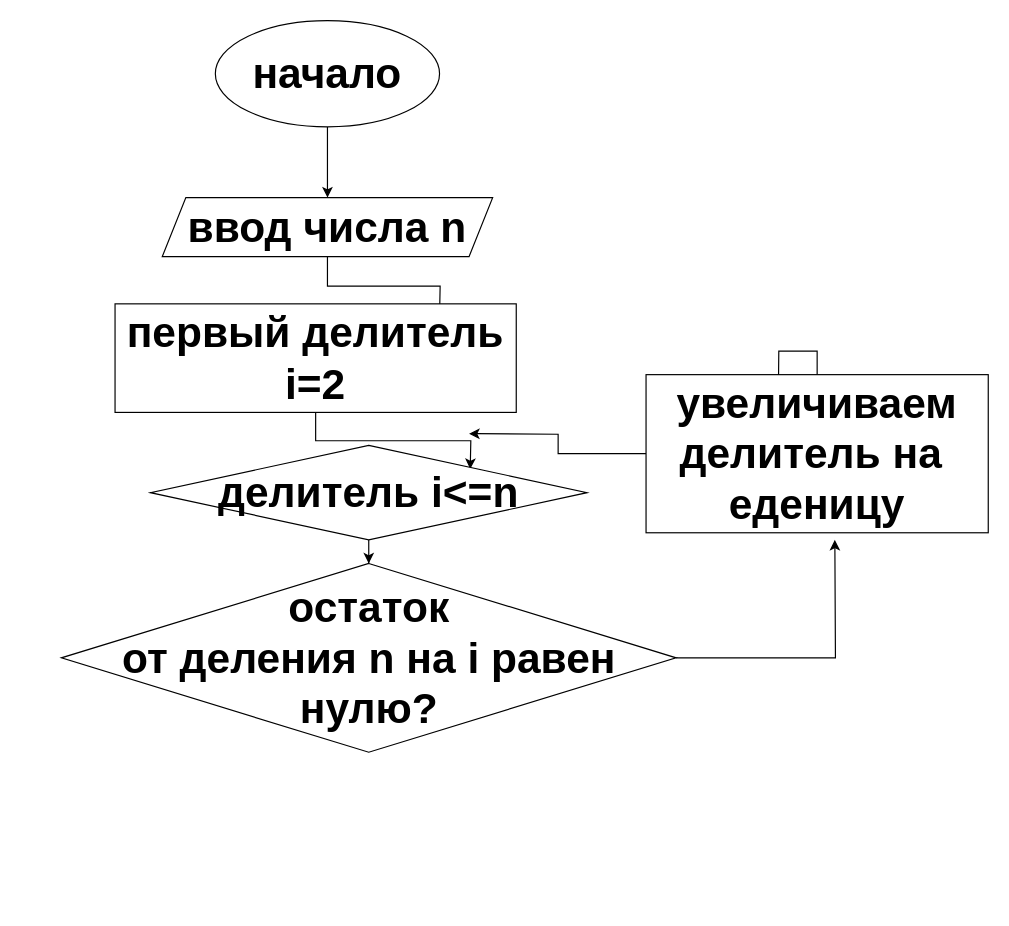
This is Untitled Diagram.drawio from icerazor1989/GbDZ, a draw.io file, before an edit. Source tidied: cells renumbered, new cells numbered last; positions are measured from the earlier drawing's top-left corner, leaving out a move shared by most shapes. Both pictures are drawn from the tidied source at 118%, with x=0, y=0 at pixel (60, 20).
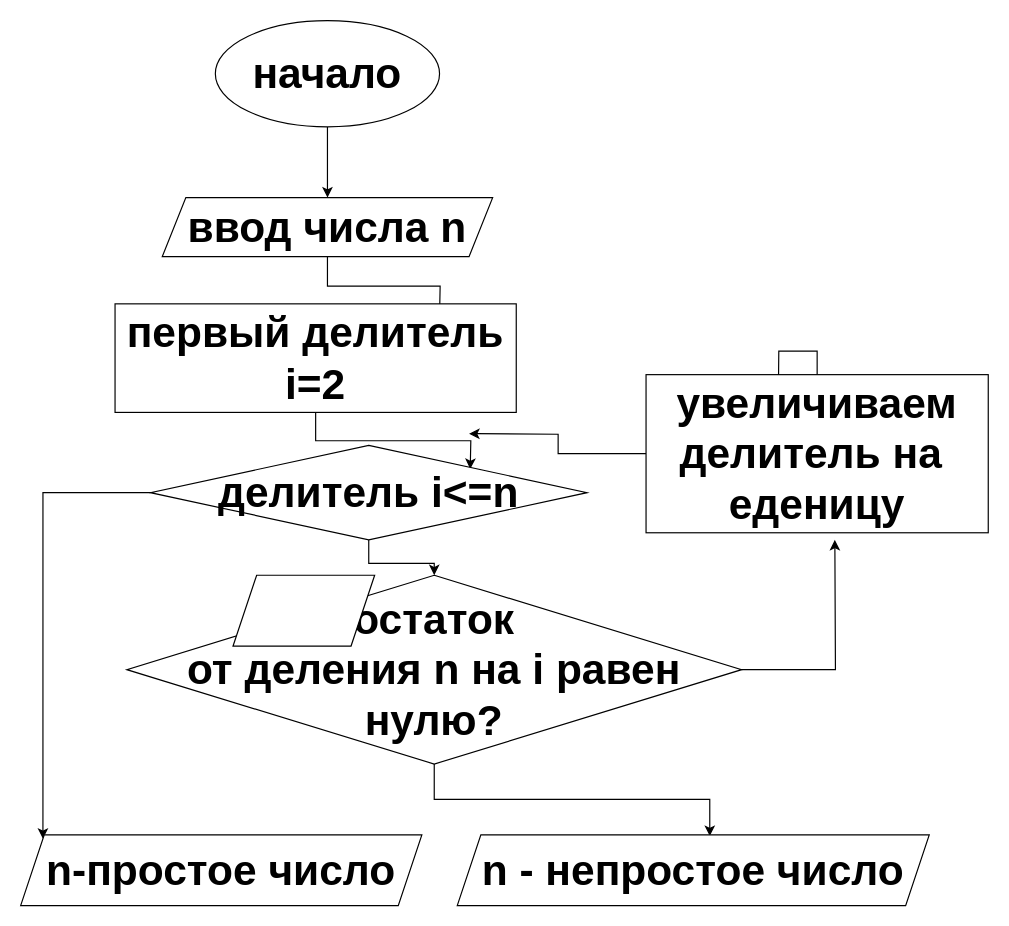
The same diagram, later.

The change refers to these unchanged cells:
```xml
<mxCell id="9" value="&lt;font style=&quot;font-size: 36px&quot;&gt;&lt;b&gt;делитель i&amp;lt;=n&lt;/b&gt;&lt;/font&gt;" style="rhombus;whiteSpace=wrap;html=1;strokeColor=#000000;" parent="1" vertex="1">
  <mxGeometry x="76" y="360" width="370" height="80" as="geometry" />
</mxCell>
```

What changed in the source:
```diff
@@
+    <mxCell id="15" style="edgeStyle=orthogonalEdgeStyle;rounded=0;jettySize=auto;html=1;exitX=0;exitY=0.5;exitDx=0;exitDy=0;entryX=0;entryY=0;entryDx=0;entryDy=0;" parent="1" edge="1" source="9" target="19">
+      <mxGeometry relative="1" as="geometry" />
+    </mxCell>
@@
+    <mxCell id="16" style="edgeStyle=orthogonalEdgeStyle;rounded=0;jettySize=auto;html=1;exitX=0.5;exitY=1;exitDx=0;exitDy=0;entryX=0.535;entryY=0.017;entryDx=0;entryDy=0;entryPerimeter=0;" parent="1" edge="1" source="14" target="17">
+      <mxGeometry relative="1" as="geometry" />
+    </mxCell>
     <mxCell id="14" value="&lt;font style=&quot;font-size: 36px&quot;&gt;&lt;b&gt;остаток &lt;br&gt;от деления n на i равен&lt;br&gt;нулю?&lt;br&gt;&lt;/b&gt;&lt;/font&gt;" style="rhombus;whiteSpace=wrap;html=1;strokeColor=#000000;" parent="1" vertex="1">
-      <mxGeometry x="0.5" y="460" width="521" height="160" as="geometry" />
+      <mxGeometry x="56" y="470" width="521" height="160" as="geometry" />
     </mxCell>
+    <mxCell id="17" value="&lt;font style=&quot;font-size: 36px&quot;&gt;&lt;b&gt;n - непростое число&lt;/b&gt;&lt;/font&gt;" style="shape=parallelogram;perimeter=parallelogramPerimeter;whiteSpace=wrap;html=1;fixedSize=1;strokeColor=#000000;" parent="1" vertex="1">
+      <mxGeometry x="336" y="690" width="400" height="60" as="geometry" />
+    </mxCell>
+    <mxCell id="18" style="shape=parallelogram;perimeter=parallelogramPerimeter;whiteSpace=wrap;html=1;fixedSize=1;strokeColor=#000000;" parent="1" vertex="1">
+      <mxGeometry x="146" y="470" width="120" height="60" as="geometry" />
+    </mxCell>
+    <mxCell id="19" value="&lt;font style=&quot;font-size: 36px&quot;&gt;&lt;b&gt;n-простое число&lt;/b&gt;&lt;/font&gt;" style="shape=parallelogram;perimeter=parallelogramPerimeter;whiteSpace=wrap;html=1;fixedSize=1;strokeColor=#000000;" parent="1" vertex="1">
+      <mxGeometry x="-34" y="690" width="340" height="60" as="geometry" />
+    </mxCell>
```
